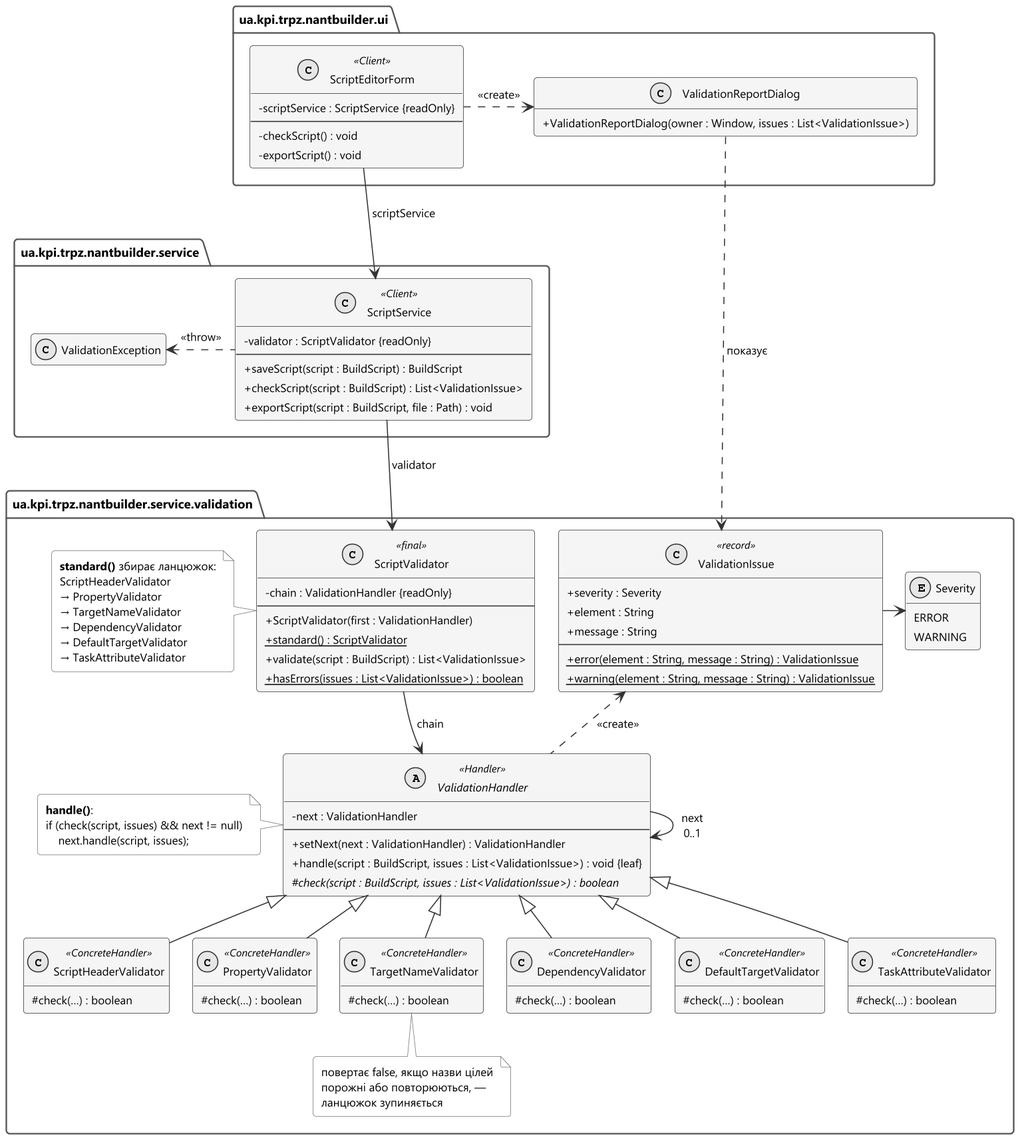
Above: docs/uml/png/14-chain-classes.png in Sovadis/TRPZ (PlantUML), before the change.
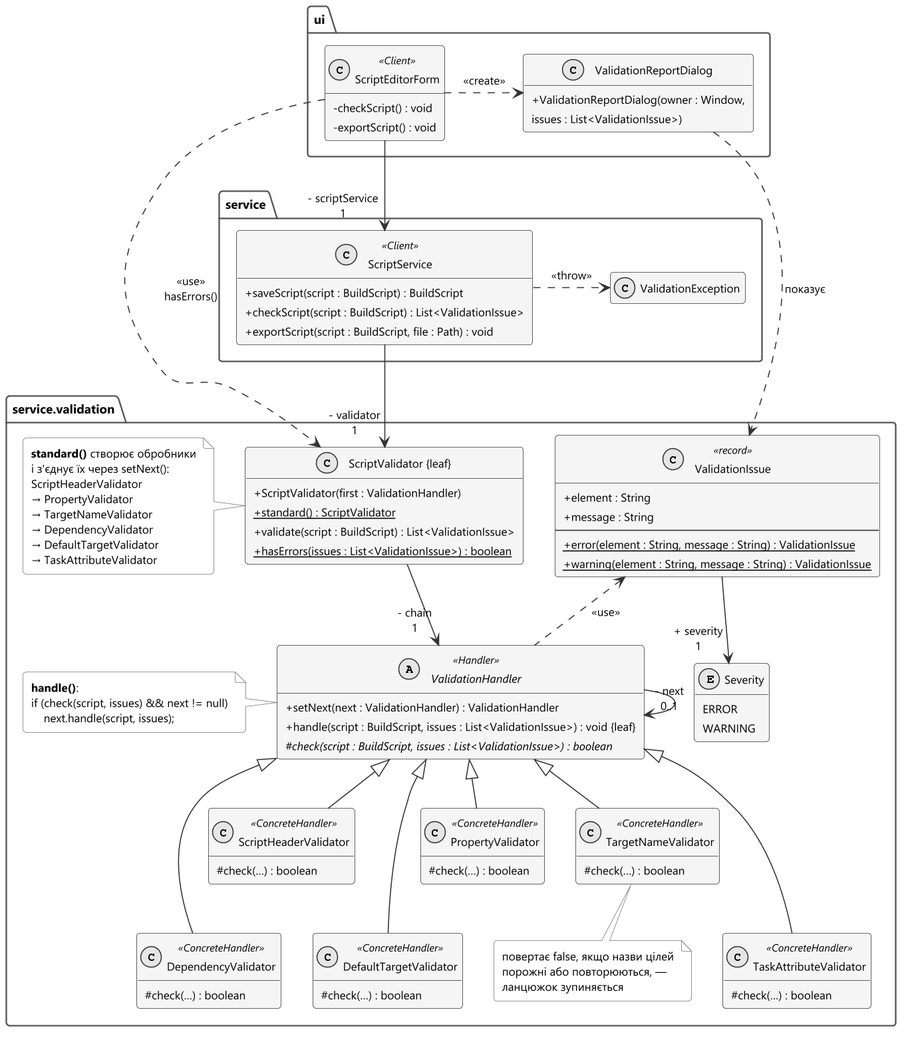
The same diagram one commit later.

Commit message:
ЛР №5: уточнено UML-діаграми та перевірку атрибутів завдань

Change to the diagram source:
```diff
@@ -1,27 +1,24 @@
 @startuml 14-chain-classes
 !include _style.iuml
-skinparam ranksep 40
-skinparam nodesep 22
+skinparam ranksep 45
+skinparam nodesep 30
 skinparam classAttributeIconSize 0
 hide empty members
 set separator none
 
-package "ua.kpi.trpz.nantbuilder.ui" as ui {
+package "ui" as ui {
   class ScriptEditorForm <<Client>> {
-    - scriptService : ScriptService {readOnly}
-    --
     - checkScript() : void
     - exportScript() : void
   }
   class ValidationReportDialog {
-    + ValidationReportDialog(owner : Window, issues : List<ValidationIssue>)
+    + ValidationReportDialog(owner : Window,
+        issues : List<ValidationIssue>)
   }
 }
 
-package "ua.kpi.trpz.nantbuilder.service" as service {
+package "service" as service {
   class ScriptService <<Client>> {
-    - validator : ScriptValidator {readOnly}
-    --
     + saveScript(script : BuildScript) : BuildScript
     + checkScript(script : BuildScript) : List<ValidationIssue>
     + exportScript(script : BuildScript, file : Path) : void
@@ -29,24 +26,19 @@
   class ValidationException
 }
 
-package "ua.kpi.trpz.nantbuilder.service.validation" as validation {
-  class ScriptValidator <<final>> {
-    - chain : ValidationHandler {readOnly}
-    --
+package "service.validation" as validation {
+  class "ScriptValidator {leaf}" as ScriptValidator {
     + ScriptValidator(first : ValidationHandler)
     + {static} standard() : ScriptValidator
     + validate(script : BuildScript) : List<ValidationIssue>
     + {static} hasErrors(issues : List<ValidationIssue>) : boolean
   }
   abstract class ValidationHandler <<Handler>> {
-    - next : ValidationHandler
-    --
     + setNext(next : ValidationHandler) : ValidationHandler
     + handle(script : BuildScript, issues : List<ValidationIssue>) : void {leaf}
     # {abstract} check(script : BuildScript, issues : List<ValidationIssue>) : boolean
   }
   class ValidationIssue <<record>> {
-    + severity : Severity
     + element : String
     + message : String
     --
@@ -83,8 +75,9 @@
         next.handle(script, issues);
   end note
 
-  note as ChainOrder
-    <b>standard()</b> збирає ланцюжок:
+  note left of ScriptValidator
+    <b>standard()</b> створює обробники
+    і з'єднує їх через setNext():
     ScriptHeaderValidator
     → PropertyValidator
     → TargetNameValidator
@@ -100,18 +93,18 @@
   end note
 }
 
-ScriptEditorForm --> ScriptService : scriptService
+ScriptEditorForm --> "- scriptService\n1" ScriptService
 ScriptEditorForm .right.> ValidationReportDialog : <<create>>
+ScriptEditorForm ..> ScriptValidator : <<use>>\nhasErrors()
 ValidationReportDialog ..> ValidationIssue : показує
-ScriptService --> ScriptValidator : validator
-ScriptService .left.> ValidationException : <<throw>>
+ScriptService --> "- validator\n1" ScriptValidator
+ScriptService .right.> ValidationException : <<throw>>
 
-ScriptValidator --> ValidationHandler : chain
-ValidationHandler --> ValidationHandler : next\n0..1
-ValidationHandler .up.> ValidationIssue : <<create>>
-ValidationIssue -right-> Severity
-ChainOrder .right. ScriptValidator
+ScriptValidator --> "- chain\n1" ValidationHandler
+ValidationHandler --> "- next\n0..1" ValidationHandler
+ValidationHandler .up.> ValidationIssue : <<use>>
 ScriptValidator -[hidden]right- ValidationIssue
+ValidationIssue -down-> "+ severity\n1" Severity
 
 ValidationHandler <|-- ScriptHeaderValidator
 ValidationHandler <|-- PropertyValidator
@@ -121,7 +114,9 @@
 ValidationHandler <|-- TaskAttributeValidator
 ScriptHeaderValidator -[hidden]right- PropertyValidator
 PropertyValidator -[hidden]right- TargetNameValidator
-TargetNameValidator -[hidden]right- DependencyValidator
+ScriptHeaderValidator -[hidden]down- DependencyValidator
+PropertyValidator -[hidden]down- DefaultTargetValidator
+TargetNameValidator -[hidden]down- TaskAttributeValidator
 DependencyValidator -[hidden]right- DefaultTargetValidator
 DefaultTargetValidator -[hidden]right- TaskAttributeValidator
 
```
